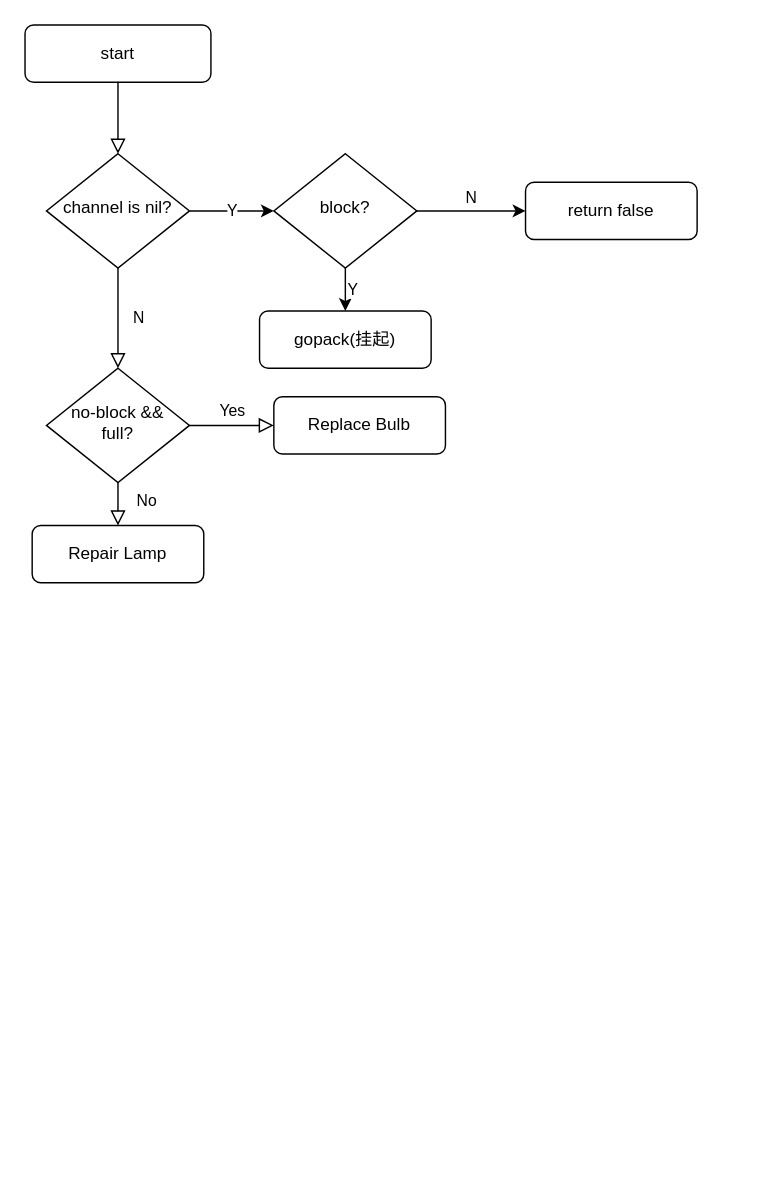
The draw.io diagram go_channel/chansend.drawio in dogslee/draw, before the edit. Source tidied: cells renumbered, new cells numbered last; positions are measured from the earlier drawing's top-left corner, leaving out a move shared by most shapes. Both pictures are drawn from the tidied source at 143%, with x=0, y=0 at pixel (24, 24).
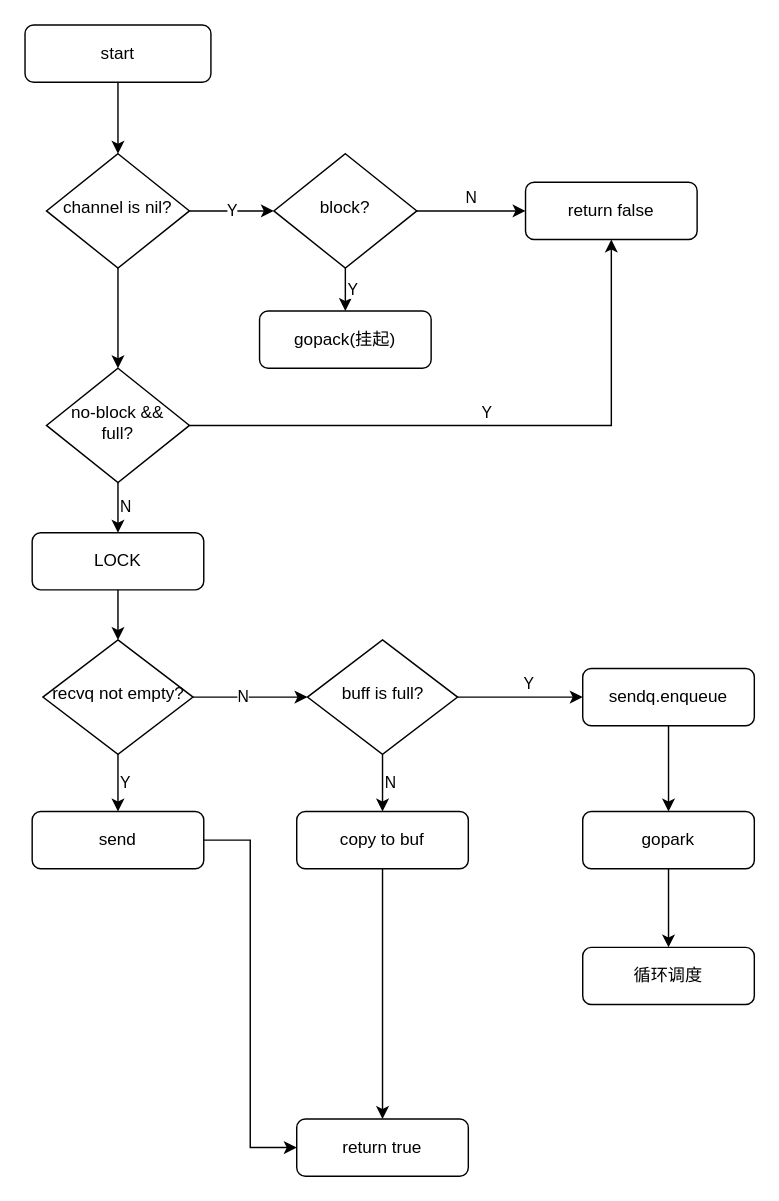
Above is the later version.

The change refers to these unchanged cells:
```xml
<mxCell id="3" value="start" style="rounded=1;whiteSpace=wrap;html=1;fontSize=12;glass=0;strokeWidth=1;shadow=0;" parent="1" vertex="1">
  <mxGeometry width="130" height="40" as="geometry" />
</mxCell>
<mxCell id="6" value="channel is nil?" style="rhombus;whiteSpace=wrap;html=1;shadow=0;fontFamily=Helvetica;fontSize=12;align=center;strokeWidth=1;spacing=6;spacingTop=-4;" parent="1" vertex="1">
  <mxGeometry x="15" y="90" width="100" height="80" as="geometry" />
</mxCell>
<mxCell id="9" value="no-block &amp;amp;&amp;amp; full?" style="rhombus;whiteSpace=wrap;html=1;shadow=0;fontFamily=Helvetica;fontSize=12;align=center;strokeWidth=1;spacing=6;spacingTop=-4;" parent="1" vertex="1">
  <mxGeometry x="15" y="240" width="100" height="80" as="geometry" />
</mxCell>
<mxCell id="14" value="block?" style="rhombus;whiteSpace=wrap;html=1;shadow=0;fontFamily=Helvetica;fontSize=12;align=center;strokeWidth=1;spacing=6;spacingTop=-4;" parent="1" vertex="1">
  <mxGeometry x="174" y="90" width="100" height="80" as="geometry" />
</mxCell>
<mxCell id="15" value="return false" style="rounded=1;whiteSpace=wrap;html=1;fontSize=12;glass=0;strokeWidth=1;shadow=0;" parent="1" vertex="1">
  <mxGeometry x="350" y="110" width="120" height="40" as="geometry" />
</mxCell>
```

What changed in the source:
```diff
@@
-    <mxCell id="2" style="rounded=0;html=1;jettySize=auto;fontSize=11;endArrow=block;endFill=0;endSize=8;strokeWidth=1;shadow=0;labelBackgroundColor=none;edgeStyle=orthogonalEdgeStyle;" parent="1" edge="1" source="3" target="6">
+    <mxCell id="2" style="edgeStyle=orthogonalEdgeStyle;rounded=0;jettySize=auto;html=1;entryX=0.5;entryY=0;entryDx=0;entryDy=0;align=right;verticalAlign=middle;" parent="1" edge="1" source="3" target="6">
       <mxGeometry relative="1" as="geometry" />
     </mxCell>
@@
+    <mxCell id="5" value="Y" style="edgeStyle=orthogonalEdgeStyle;rounded=0;jettySize=auto;html=1;" parent="1" edge="1" source="6" target="14">
+      <mxGeometry relative="1" as="geometry" />
+    </mxCell>
-    <mxCell id="4" value="N" style="rounded=0;html=1;jettySize=auto;fontSize=11;endArrow=block;endFill=0;endSize=8;strokeWidth=1;shadow=0;labelBackgroundColor=none;edgeStyle=orthogonalEdgeStyle;verticalAlign=middle;align=right;" parent="1" edge="1" source="6" target="9">
-      <mxGeometry y="20" relative="1" as="geometry" />
+    <mxCell id="4" style="edgeStyle=orthogonalEdgeStyle;rounded=0;jettySize=auto;html=1;align=right;verticalAlign=middle;" parent="1" edge="1" source="6" target="9">
+      <mxGeometry relative="1" as="geometry" />
     </mxCell>
-    <mxCell id="5" value="Y" style="edgeStyle=orthogonalEdgeStyle;rounded=0;jettySize=auto;html=1;" parent="1" edge="1" source="6" target="14">
-      <mxGeometry relative="1" as="geometry" />
-    </mxCell>
@@
-    <mxCell id="7" value="No" style="rounded=0;html=1;jettySize=auto;fontSize=11;endArrow=block;endFill=0;endSize=8;strokeWidth=1;shadow=0;labelBackgroundColor=none;edgeStyle=orthogonalEdgeStyle;" parent="1" edge="1" source="9" target="10">
-      <mxGeometry x="0.33" y="20" relative="1" as="geometry" />
-    </mxCell>
-    <mxCell id="8" value="Yes" style="edgeStyle=orthogonalEdgeStyle;rounded=0;html=1;jettySize=auto;fontSize=11;endArrow=block;endFill=0;endSize=8;strokeWidth=1;shadow=0;labelBackgroundColor=none;" parent="1" edge="1" source="9" target="11">
-      <mxGeometry y="10" relative="1" as="geometry" />
-    </mxCell>
+    <mxCell id="17" value="Y" style="edgeStyle=orthogonalEdgeStyle;rounded=0;jettySize=auto;html=1;align=right;verticalAlign=bottom;" parent="1" edge="1" source="9" target="15">
+      <mxGeometry relative="1" as="geometry" />
+    </mxCell>
+    <mxCell id="18" value="N" style="edgeStyle=orthogonalEdgeStyle;rounded=0;jettySize=auto;html=1;align=left;verticalAlign=middle;" parent="1" edge="1" source="9" target="36">
+      <mxGeometry relative="1" as="geometry" />
+    </mxCell>
@@
-    <mxCell id="10" value="Repair Lamp" style="rounded=1;whiteSpace=wrap;html=1;fontSize=12;glass=0;strokeWidth=1;shadow=0;" parent="1" vertex="1">
-      <mxGeometry x="5" y="350" width="120" height="40" as="geometry" />
-    </mxCell>
-    <mxCell id="11" value="Replace Bulb" style="rounded=1;whiteSpace=wrap;html=1;fontSize=12;glass=0;strokeWidth=1;shadow=0;" parent="1" vertex="1">
-      <mxGeometry x="174" y="260" width="120" height="40" as="geometry" />
-    </mxCell>
@@
+    <mxCell id="19" value="Y" style="edgeStyle=orthogonalEdgeStyle;rounded=0;jettySize=auto;html=1;align=left;verticalAlign=middle;" parent="1" edge="1" source="21" target="24">
+      <mxGeometry relative="1" as="geometry" />
+    </mxCell>
+    <mxCell id="20" value="N" style="edgeStyle=orthogonalEdgeStyle;rounded=0;jettySize=auto;html=1;align=right;verticalAlign=middle;" parent="1" edge="1" source="21" target="27">
+      <mxGeometry relative="1" as="geometry" />
+    </mxCell>
+    <mxCell id="21" value="recvq not empty?" style="rhombus;whiteSpace=wrap;html=1;shadow=0;fontFamily=Helvetica;fontSize=12;align=center;strokeWidth=1;spacing=6;spacingTop=-4;" parent="1" vertex="1">
+      <mxGeometry x="12.5" y="430" width="105" height="80" as="geometry" />
+    </mxCell>
+    <mxCell id="22" value="return true" style="rounded=1;whiteSpace=wrap;html=1;fontSize=12;glass=0;strokeWidth=1;shadow=0;" parent="1" vertex="1">
+      <mxGeometry x="190" y="765" width="120" height="40" as="geometry" />
+    </mxCell>
+    <mxCell id="23" style="edgeStyle=orthogonalEdgeStyle;rounded=0;jettySize=auto;html=1;entryX=0;entryY=0.5;entryDx=0;entryDy=0;align=right;verticalAlign=middle;" parent="1" edge="1" source="24" target="22">
+      <mxGeometry relative="1" as="geometry" />
+    </mxCell>
+    <mxCell id="24" value="send" style="rounded=1;whiteSpace=wrap;html=1;fontSize=12;glass=0;strokeWidth=1;shadow=0;" parent="1" vertex="1">
+      <mxGeometry x="5" y="550" width="120" height="40" as="geometry" />
+    </mxCell>
+    <mxCell id="25" value="N" style="edgeStyle=orthogonalEdgeStyle;rounded=0;jettySize=auto;html=1;align=left;verticalAlign=middle;" parent="1" edge="1" source="27" target="29">
+      <mxGeometry relative="1" as="geometry" />
+    </mxCell>
+    <mxCell id="26" value="Y" style="edgeStyle=orthogonalEdgeStyle;rounded=0;jettySize=auto;html=1;entryX=0;entryY=0.5;entryDx=0;entryDy=0;align=left;verticalAlign=bottom;" parent="1" edge="1" source="27" target="31">
+      <mxGeometry relative="1" as="geometry" />
+    </mxCell>
+    <mxCell id="27" value="buff is full?" style="rhombus;whiteSpace=wrap;html=1;shadow=0;fontFamily=Helvetica;fontSize=12;align=center;strokeWidth=1;spacing=6;spacingTop=-4;" parent="1" vertex="1">
+      <mxGeometry x="197.5" y="430" width="105" height="80" as="geometry" />
+    </mxCell>
+    <mxCell id="28" style="edgeStyle=orthogonalEdgeStyle;rounded=0;jettySize=auto;html=1;entryX=0.5;entryY=0;entryDx=0;entryDy=0;align=right;verticalAlign=middle;" parent="1" edge="1" source="29" target="22">
+      <mxGeometry relative="1" as="geometry" />
+    </mxCell>
+    <mxCell id="29" value="copy to buf" style="rounded=1;whiteSpace=wrap;html=1;fontSize=12;glass=0;strokeWidth=1;shadow=0;" parent="1" vertex="1">
+      <mxGeometry x="190" y="550" width="120" height="40" as="geometry" />
+    </mxCell>
+    <mxCell id="30" style="edgeStyle=orthogonalEdgeStyle;rounded=0;jettySize=auto;html=1;align=right;verticalAlign=middle;" parent="1" edge="1" source="31" target="33">
+      <mxGeometry relative="1" as="geometry" />
+    </mxCell>
+    <mxCell id="31" value="sendq.enqueue" style="rounded=1;whiteSpace=wrap;html=1;fontSize=12;glass=0;strokeWidth=1;shadow=0;" parent="1" vertex="1">
+      <mxGeometry x="390" y="450" width="120" height="40" as="geometry" />
+    </mxCell>
+    <mxCell id="32" style="edgeStyle=orthogonalEdgeStyle;rounded=0;jettySize=auto;html=1;align=right;verticalAlign=middle;" parent="1" edge="1" source="33" target="34">
+      <mxGeometry relative="1" as="geometry" />
+    </mxCell>
+    <mxCell id="33" value="gopark" style="rounded=1;whiteSpace=wrap;html=1;fontSize=12;glass=0;strokeWidth=1;shadow=0;" parent="1" vertex="1">
+      <mxGeometry x="390" y="550" width="120" height="40" as="geometry" />
+    </mxCell>
+    <mxCell id="34" value="循环调度" style="rounded=1;whiteSpace=wrap;html=1;fontSize=12;glass=0;strokeWidth=1;shadow=0;" parent="1" vertex="1">
+      <mxGeometry x="390" y="645" width="120" height="40" as="geometry" />
+    </mxCell>
+    <mxCell id="35" style="edgeStyle=orthogonalEdgeStyle;rounded=0;jettySize=auto;html=1;entryX=0.5;entryY=0;entryDx=0;entryDy=0;align=left;verticalAlign=middle;" parent="1" edge="1" source="36" target="21">
+      <mxGeometry relative="1" as="geometry" />
+    </mxCell>
+    <mxCell id="36" value="LOCK" style="rounded=1;whiteSpace=wrap;html=1;fontSize=12;glass=0;strokeWidth=1;shadow=0;" parent="1" vertex="1">
+      <mxGeometry x="5" y="355" width="120" height="40" as="geometry" />
+    </mxCell>
```
